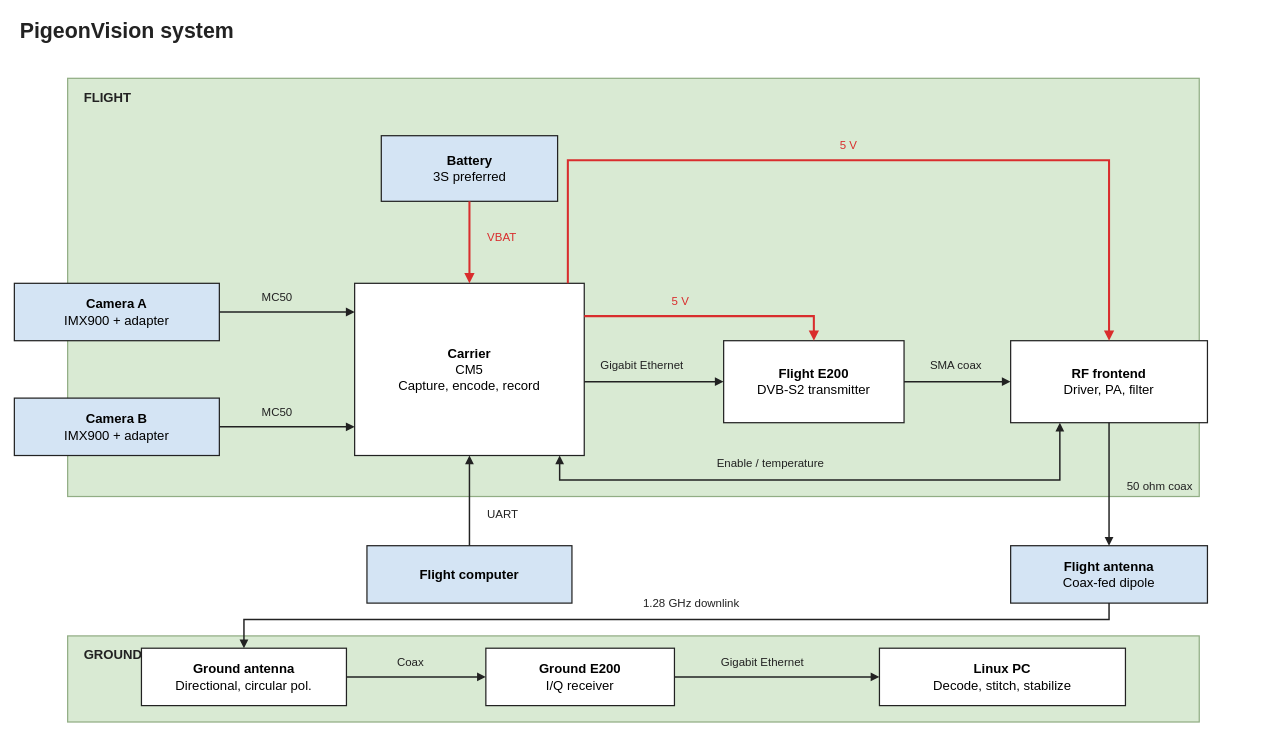
Earlier version of the draw.io diagram hardware/system.drawio (stanford-ssi/PigeonVision). Source tidied: cells renumbered, new cells numbered last; positions are measured from the earlier drawing's top-left corner, leaving out a move shared by most shapes. Both pictures are drawn from the tidied source at 82%, with x=0, y=0 at pixel (14, 14).
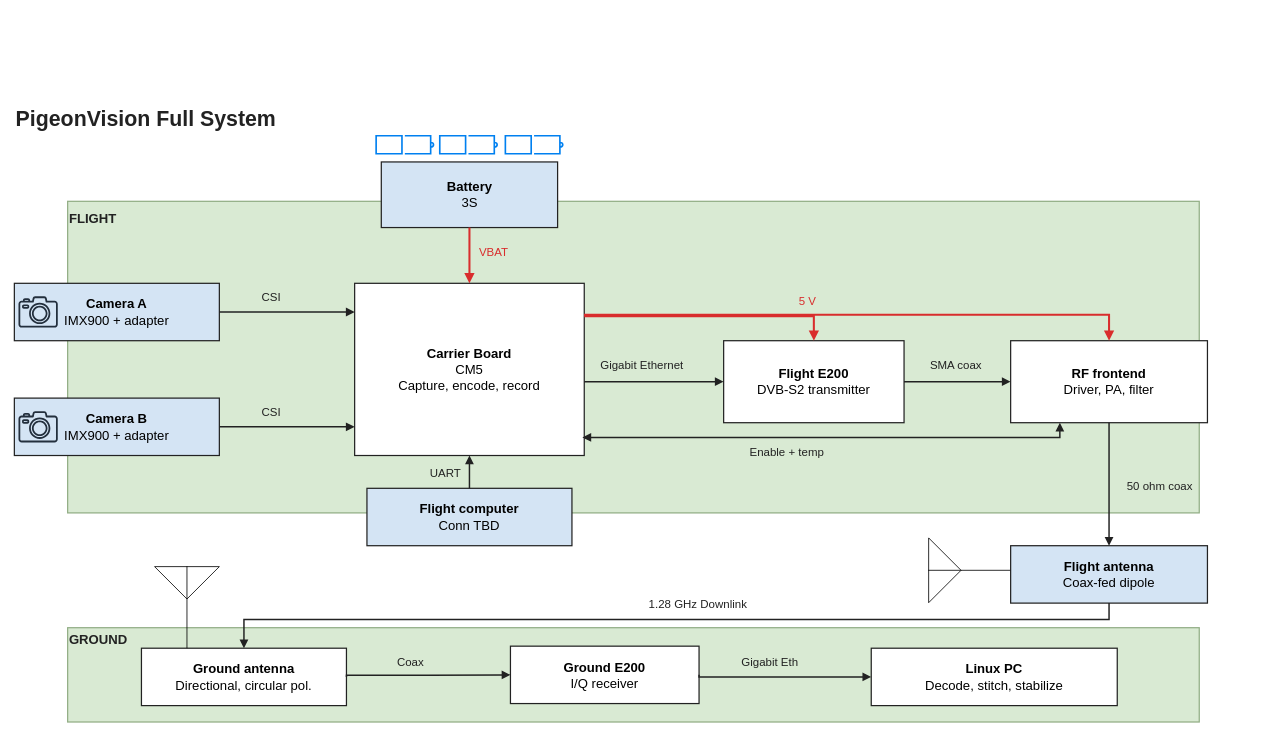
The same page after the edit.

Unchanged cells that the change refers to:
```xml
<mxCell id="10" value="&lt;b&gt;RF frontend&lt;/b&gt;&lt;br&gt;Driver, PA, filter" style="rounded=0;whiteSpace=wrap;html=1;fontFamily=Arial;fillColor=#ffffff;strokeColor=#222222;strokeWidth=1.5;align=center;verticalAlign=middle;fontSize=16;spacing=5;" parent="1" vertex="1">
  <mxGeometry x="1215" y="398" width="240" height="100" as="geometry" />
</mxCell>
<mxCell id="35" value="&lt;b&gt;Ground antenna&lt;/b&gt;&lt;br&gt;Directional, circular pol." style="rounded=0;whiteSpace=wrap;html=1;fontFamily=Arial;fillColor=#ffffff;strokeColor=#222222;strokeWidth=1.5;align=center;verticalAlign=middle;fontSize=16;spacing=5;" parent="1" vertex="1">
  <mxGeometry x="155" y="773" width="250" height="70" as="geometry" />
</mxCell>
```

Change to the diagram source:
```diff
@@
-    <mxCell id="2" value="PigeonVision system" style="text;html=0;align=left;verticalAlign=middle;fillColor=none;strokeColor=none;fontFamily=Arial;fontSize=26;fontColor=#222222;fontStyle=1;" parent="1" vertex="1">
-      <mxGeometry x="5" width="1500" height="34" as="geometry" />
+    <mxCell id="2" value="PigeonVision Full System" style="text;html=0;align=left;verticalAlign=middle;fillColor=none;strokeColor=none;fontFamily=Arial;fontSize=26;fontColor=#222222;fontStyle=1;" parent="1" vertex="1">
+      <mxGeometry y="108" width="1500" height="34" as="geometry" />
     </mxCell>
     <mxCell id="3" style="rounded=0;fillColor=#d9ead3;strokeColor=#91ad84;strokeWidth=1.5;" parent="1" vertex="1">
-      <mxGeometry x="65" y="78" width="1380" height="510" as="geometry" />
+      <mxGeometry x="65" y="228" width="1380" height="380" as="geometry" />
     </mxCell>
     <mxCell id="4" value="FLIGHT" style="text;html=0;align=left;verticalAlign=middle;fillColor=none;strokeColor=none;fontFamily=Arial;fontSize=16;fontColor=#222222;fontStyle=1;" parent="1" vertex="1">
-      <mxGeometry x="83" y="88" width="1344" height="24" as="geometry" />
+      <mxGeometry x="65" y="236" width="1344" height="24" as="geometry" />
     </mxCell>
-    <mxCell id="5" value="&lt;b&gt;Battery&lt;/b&gt;&lt;br&gt;3S preferred" style="rounded=0;whiteSpace=wrap;html=1;fontFamily=Arial;fillColor=#d4e4f4;strokeColor=#222222;strokeWidth=1.5;align=center;verticalAlign=middle;fontSize=16;spacing=5;" parent="1" vertex="1">
-      <mxGeometry x="447.5" y="148" width="215" height="80" as="geometry" />
+    <mxCell id="5" value="&lt;b&gt;Battery&lt;/b&gt;&lt;br&gt;3S" style="rounded=0;whiteSpace=wrap;html=1;fontFamily=Arial;fillColor=#d4e4f4;strokeColor=#222222;strokeWidth=1.5;align=center;verticalAlign=middle;fontSize=16;spacing=5;" parent="1" vertex="1">
+      <mxGeometry x="447.5" y="180" width="215" height="80" as="geometry" />
     </mxCell>
-    <mxCell id="6" value="&lt;b&gt;Carrier&lt;/b&gt;&lt;br&gt;CM5&lt;br&gt;Capture, encode, record" style="rounded=0;whiteSpace=wrap;html=1;fontFamily=Arial;fillColor=#ffffff;strokeColor=#222222;strokeWidth=1.5;align=center;verticalAlign=middle;fontSize=16;spacing=5;" parent="1" vertex="1">
+    <mxCell id="6" value="&lt;b&gt;Carrier Board&lt;/b&gt;&lt;br&gt;CM5&lt;br&gt;Capture, encode, record" style="rounded=0;whiteSpace=wrap;html=1;fontFamily=Arial;fillColor=#ffffff;strokeColor=#222222;strokeWidth=1.5;align=center;verticalAlign=middle;fontSize=16;spacing=5;" parent="1" vertex="1">
       <mxGeometry x="415" y="328" width="280" height="210" as="geometry" />
     </mxCell>
@@
-    <mxCell id="11" value="&lt;b&gt;Flight computer&lt;/b&gt;" style="rounded=0;whiteSpace=wrap;html=1;fontFamily=Arial;fillColor=#d4e4f4;strokeColor=#222222;strokeWidth=1.5;align=center;verticalAlign=middle;fontSize=16;spacing=5;" parent="1" vertex="1">
-      <mxGeometry x="430" y="648" width="250" height="70" as="geometry" />
+    <mxCell id="11" value="&lt;b&gt;Flight computer&lt;/b&gt;&lt;div&gt;Conn TBD&lt;/div&gt;" style="rounded=0;whiteSpace=wrap;html=1;fontFamily=Arial;fillColor=#d4e4f4;strokeColor=#222222;strokeWidth=1.5;align=center;verticalAlign=middle;fontSize=16;spacing=5;" parent="1" vertex="1">
+      <mxGeometry x="430" y="578" width="250" height="70" as="geometry" />
     </mxCell>
@@
     <mxCell id="14" value="VBAT" style="text;html=0;align=left;verticalAlign=middle;fillColor=none;strokeColor=none;fontFamily=Arial;fontSize=14;fontColor=#d92d2d;fontStyle=0;" parent="1" vertex="1">
-      <mxGeometry x="575" y="260" width="80" height="22" as="geometry" />
+      <mxGeometry x="565" y="278" width="80" height="22" as="geometry" />
     </mxCell>
@@
-    <mxCell id="16" value="MC50" style="text;html=0;align=left;verticalAlign=middle;fillColor=none;strokeColor=none;fontFamily=Arial;fontSize=14;fontColor=#222222;fontStyle=0;" parent="1" vertex="1">
+    <mxCell id="16" value="CSI" style="text;html=0;align=left;verticalAlign=middle;fillColor=none;strokeColor=none;fontFamily=Arial;fontSize=14;fontColor=#222222;fontStyle=0;" parent="1" vertex="1">
       <mxGeometry x="300" y="333" width="80" height="22" as="geometry" />
     </mxCell>
@@
-    <mxCell id="18" value="MC50" style="text;html=0;align=left;verticalAlign=middle;fillColor=none;strokeColor=none;fontFamily=Arial;fontSize=14;fontColor=#222222;fontStyle=0;" parent="1" vertex="1">
+    <mxCell id="18" value="CSI" style="text;html=0;align=left;verticalAlign=middle;fillColor=none;strokeColor=none;fontFamily=Arial;fontSize=14;fontColor=#222222;fontStyle=0;" parent="1" vertex="1">
       <mxGeometry x="300" y="473" width="80" height="22" as="geometry" />
     </mxCell>
@@
-    <mxCell id="23" style="edgeStyle=orthogonalEdgeStyle;jettySize=0;rounded=0;html=0;strokeColor=#d92d2d;strokeWidth=2.5;endArrow=block;endFill=1;startArrow=none;startFill=1;exitX=0.9285714285714286;exitY=0;exitPerimeter=0;entryX=0.5;entryY=0;entryPerimeter=0;" parent="1" edge="1" source="6" target="10">
+    <mxCell id="23" style="edgeStyle=orthogonalEdgeStyle;jettySize=0;rounded=0;html=0;strokeColor=#d92d2d;strokeWidth=2.5;endArrow=block;endFill=1;startArrow=none;startFill=1;exitX=0.999;exitY=0.183;exitPerimeter=0;entryX=0.5;entryY=0;entryPerimeter=0;exitDx=0;exitDy=0;" parent="1" edge="1" source="6" target="10">
       <mxGeometry relative="1" as="geometry">
         <Array as="points">
-          <mxPoint x="675" y="178" />
-          <mxPoint x="1335" y="178" />
+          <mxPoint x="1335" y="366" />
         </Array>
       </mxGeometry>
     </mxCell>
-    <mxCell id="24" value="5 V" style="text;html=0;align=left;verticalAlign=middle;fillColor=none;strokeColor=none;fontFamily=Arial;fontSize=14;fontColor=#d92d2d;fontStyle=0;" parent="1" vertex="1">
-      <mxGeometry x="1005" y="148" width="80" height="22" as="geometry" />
-    </mxCell>
@@
     <mxCell id="26" value="5 V" style="text;html=0;align=left;verticalAlign=middle;fillColor=none;strokeColor=none;fontFamily=Arial;fontSize=14;fontColor=#d92d2d;fontStyle=0;" parent="1" vertex="1">
-      <mxGeometry x="800" y="338" width="80" height="22" as="geometry" />
+      <mxGeometry x="955" y="338" width="80" height="22" as="geometry" />
     </mxCell>
-    <mxCell id="27" style="edgeStyle=orthogonalEdgeStyle;jettySize=0;rounded=0;html=0;strokeColor=#222222;strokeWidth=1.8;endArrow=block;endFill=1;startArrow=block;startFill=1;exitX=0.8928571428571429;exitY=1;exitPerimeter=0;entryX=0.25;entryY=1;entryPerimeter=0;" parent="1" edge="1" source="6" target="10">
+    <mxCell id="27" style="edgeStyle=orthogonalEdgeStyle;jettySize=0;rounded=0;html=0;strokeColor=#222222;strokeWidth=1.8;endArrow=block;endFill=1;startArrow=block;startFill=1;exitX=0.992;exitY=0.895;exitPerimeter=0;entryX=0.25;entryY=1;entryPerimeter=0;exitDx=0;exitDy=0;" parent="1" edge="1" source="6" target="10">
       <mxGeometry relative="1" as="geometry">
         <Array as="points">
-          <mxPoint x="665" y="568" />
-          <mxPoint x="1275" y="568" />
+          <mxPoint x="1275" y="516" />
         </Array>
       </mxGeometry>
     </mxCell>
-    <mxCell id="28" value="Enable / temperature" style="text;html=0;align=left;verticalAlign=middle;fillColor=none;strokeColor=none;fontFamily=Arial;fontSize=14;fontColor=#222222;fontStyle=0;" parent="1" vertex="1">
-      <mxGeometry x="855" y="536" width="160" height="22" as="geometry" />
+    <mxCell id="28" value="Enable + temp" style="text;html=0;align=left;verticalAlign=middle;fillColor=none;strokeColor=none;fontFamily=Arial;fontSize=14;fontColor=#222222;fontStyle=0;" parent="1" vertex="1">
+      <mxGeometry x="895" y="522.1" width="160" height="22" as="geometry" />
     </mxCell>
@@
     <mxCell id="30" value="UART" style="text;html=0;align=left;verticalAlign=middle;fillColor=none;strokeColor=none;fontFamily=Arial;fontSize=14;fontColor=#222222;fontStyle=0;" parent="1" vertex="1">
-      <mxGeometry x="575" y="598" width="80" height="22" as="geometry" />
+      <mxGeometry x="505" y="548" width="80" height="22" as="geometry" />
     </mxCell>
@@
     <mxCell id="33" style="rounded=0;fillColor=#d9ead3;strokeColor=#91ad84;strokeWidth=1.5;" parent="1" vertex="1">
-      <mxGeometry x="65" y="758" width="1380" height="105" as="geometry" />
+      <mxGeometry x="65" y="748" width="1380" height="115" as="geometry" />
     </mxCell>
     <mxCell id="34" value="GROUND" style="text;html=0;align=left;verticalAlign=middle;fillColor=none;strokeColor=none;fontFamily=Arial;fontSize=16;fontColor=#222222;fontStyle=1;" parent="1" vertex="1">
-      <mxGeometry x="83" y="768" width="1344" height="24" as="geometry" />
+      <mxGeometry x="65" y="749" width="1344" height="24" as="geometry" />
     </mxCell>
@@
     <mxCell id="36" value="&lt;b&gt;Ground E200&lt;/b&gt;&lt;br&gt;I/Q receiver" style="rounded=0;whiteSpace=wrap;html=1;fontFamily=Arial;fillColor=#ffffff;strokeColor=#222222;strokeWidth=1.5;align=center;verticalAlign=middle;fontSize=16;spacing=5;" parent="1" vertex="1">
-      <mxGeometry x="575" y="773" width="230" height="70" as="geometry" />
+      <mxGeometry x="605" y="770.5" width="230" height="70" as="geometry" />
     </mxCell>
     <mxCell id="37" value="&lt;b&gt;Linux PC&lt;/b&gt;&lt;br&gt;Decode, stitch, stabilize" style="rounded=0;whiteSpace=wrap;html=1;fontFamily=Arial;fillColor=#ffffff;strokeColor=#222222;strokeWidth=1.5;align=center;verticalAlign=middle;fontSize=16;spacing=5;" parent="1" vertex="1">
-      <mxGeometry x="1055" y="773" width="300" height="70" as="geometry" />
+      <mxGeometry x="1045" y="773" width="300" height="70" as="geometry" />
     </mxCell>
@@
-    <mxCell id="39" value="1.28 GHz downlink" style="text;html=0;align=left;verticalAlign=middle;fillColor=none;strokeColor=none;fontFamily=Arial;fontSize=14;fontColor=#222222;fontStyle=0;" parent="1" vertex="1">
-      <mxGeometry x="765" y="706" width="136" height="22" as="geometry" />
+    <mxCell id="39" value="1.28 GHz Downlink" style="text;html=0;align=left;verticalAlign=middle;fillColor=none;strokeColor=none;fontFamily=Arial;fontSize=14;fontColor=#222222;fontStyle=0;" parent="1" vertex="1">
+      <mxGeometry x="772" y="708" width="136" height="22" as="geometry" />
     </mxCell>
-    <mxCell id="40" style="edgeStyle=orthogonalEdgeStyle;jettySize=0;rounded=0;html=0;strokeColor=#222222;strokeWidth=1.8;endArrow=block;endFill=1;startArrow=none;startFill=1;exitX=1;exitY=0.5;exitPerimeter=0;entryX=0;entryY=0.5;entryPerimeter=0;" parent="1" edge="1" source="35" target="36">
-      <mxGeometry relative="1" as="geometry" />
+    <mxCell id="40" style="edgeStyle=orthogonalEdgeStyle;jettySize=0;rounded=0;html=0;strokeColor=#222222;strokeWidth=1.8;endArrow=block;endFill=1;startArrow=none;startFill=1;exitX=1;exitY=0.5;exitPerimeter=0;entryX=0;entryY=0.5;entryDx=0;entryDy=0;" parent="1" edge="1" source="35" target="36">
+      <mxGeometry relative="1" as="geometry">
+        <Array as="points">
+          <mxPoint x="405" y="806" />
+          <mxPoint x="505" y="806" />
+        </Array>
+      </mxGeometry>
     </mxCell>
@@
     <mxCell id="42" style="edgeStyle=orthogonalEdgeStyle;jettySize=0;rounded=0;html=0;strokeColor=#222222;strokeWidth=1.8;endArrow=block;endFill=1;startArrow=none;startFill=1;exitX=1;exitY=0.5;exitPerimeter=0;entryX=0;entryY=0.5;entryPerimeter=0;" parent="1" edge="1" source="36" target="37">
-      <mxGeometry relative="1" as="geometry" />
+      <mxGeometry relative="1" as="geometry">
+        <Array as="points">
+          <mxPoint x="835" y="808" />
+        </Array>
+      </mxGeometry>
     </mxCell>
-    <mxCell id="43" value="Gigabit Ethernet" style="text;html=0;align=left;verticalAlign=middle;fillColor=none;strokeColor=none;fontFamily=Arial;fontSize=14;fontColor=#222222;fontStyle=0;" parent="1" vertex="1">
-      <mxGeometry x="860" y="778" width="128" height="22" as="geometry" />
+    <mxCell id="43" value="Gigabit Eth" style="text;html=0;align=left;verticalAlign=middle;fillColor=none;strokeColor=none;fontFamily=Arial;fontSize=14;fontColor=#222222;fontStyle=0;" parent="1" vertex="1">
+      <mxGeometry x="885" y="778" width="128" height="22" as="geometry" />
     </mxCell>
+    <mxCell id="44" style="verticalLabelPosition=bottom;shadow=0;dashed=0;align=center;html=1;verticalAlign=top;shape=mxgraph.electrical.radio.aerial_-_antenna_2;rotation=-90;" parent="1" vertex="1">
+      <mxGeometry x="1125" y="628" width="79" height="100" as="geometry" />
+    </mxCell>
+    <mxCell id="45" style="verticalLabelPosition=bottom;shadow=0;dashed=0;align=center;html=1;verticalAlign=top;shape=mxgraph.electrical.radio.aerial_-_antenna_2;rotation=0;" parent="1" vertex="1">
+      <mxGeometry x="171" y="673" width="79" height="100" as="geometry" />
+    </mxCell>
+    <mxCell id="46" style="html=1;verticalLabelPosition=bottom;align=center;labelBackgroundColor=#ffffff;verticalAlign=top;strokeWidth=2;strokeColor=#0080F0;shadow=0;dashed=0;shape=mxgraph.ios7.icons.battery;" parent="1" vertex="1">
+      <mxGeometry x="441.2" y="148" width="70" height="22" as="geometry" />
+    </mxCell>
+    <mxCell id="47" style="html=1;verticalLabelPosition=bottom;align=center;labelBackgroundColor=#ffffff;verticalAlign=top;strokeWidth=2;strokeColor=#0080F0;shadow=0;dashed=0;shape=mxgraph.ios7.icons.battery;" parent="1" vertex="1">
+      <mxGeometry x="518.8" y="148" width="70" height="22" as="geometry" />
+    </mxCell>
+    <mxCell id="48" style="html=1;verticalLabelPosition=bottom;align=center;labelBackgroundColor=#ffffff;verticalAlign=top;strokeWidth=2;strokeColor=#0080F0;shadow=0;dashed=0;shape=mxgraph.ios7.icons.battery;" parent="1" vertex="1">
+      <mxGeometry x="598.8" y="148" width="70" height="22" as="geometry" />
+    </mxCell>
+    <mxCell id="49" style="sketch=0;fontColor=#232F3E;gradientColor=none;fillColor=#232F3D;strokeColor=none;dashed=0;verticalLabelPosition=bottom;verticalAlign=top;align=center;html=1;fontSize=12;fontStyle=0;shape=mxgraph.aws4.camera2;" parent="1" vertex="1">
+      <mxGeometry x="5" y="343.9" width="48" height="38.1" as="geometry" />
+    </mxCell>
+    <mxCell id="50" style="sketch=0;fontColor=#232F3E;gradientColor=none;fillColor=#232F3D;strokeColor=none;dashed=0;verticalLabelPosition=bottom;verticalAlign=top;align=center;html=1;fontSize=12;fontStyle=0;shape=mxgraph.aws4.camera2;" parent="1" vertex="1">
+      <mxGeometry x="5" y="483.9" width="48" height="38.1" as="geometry" />
+    </mxCell>
```
